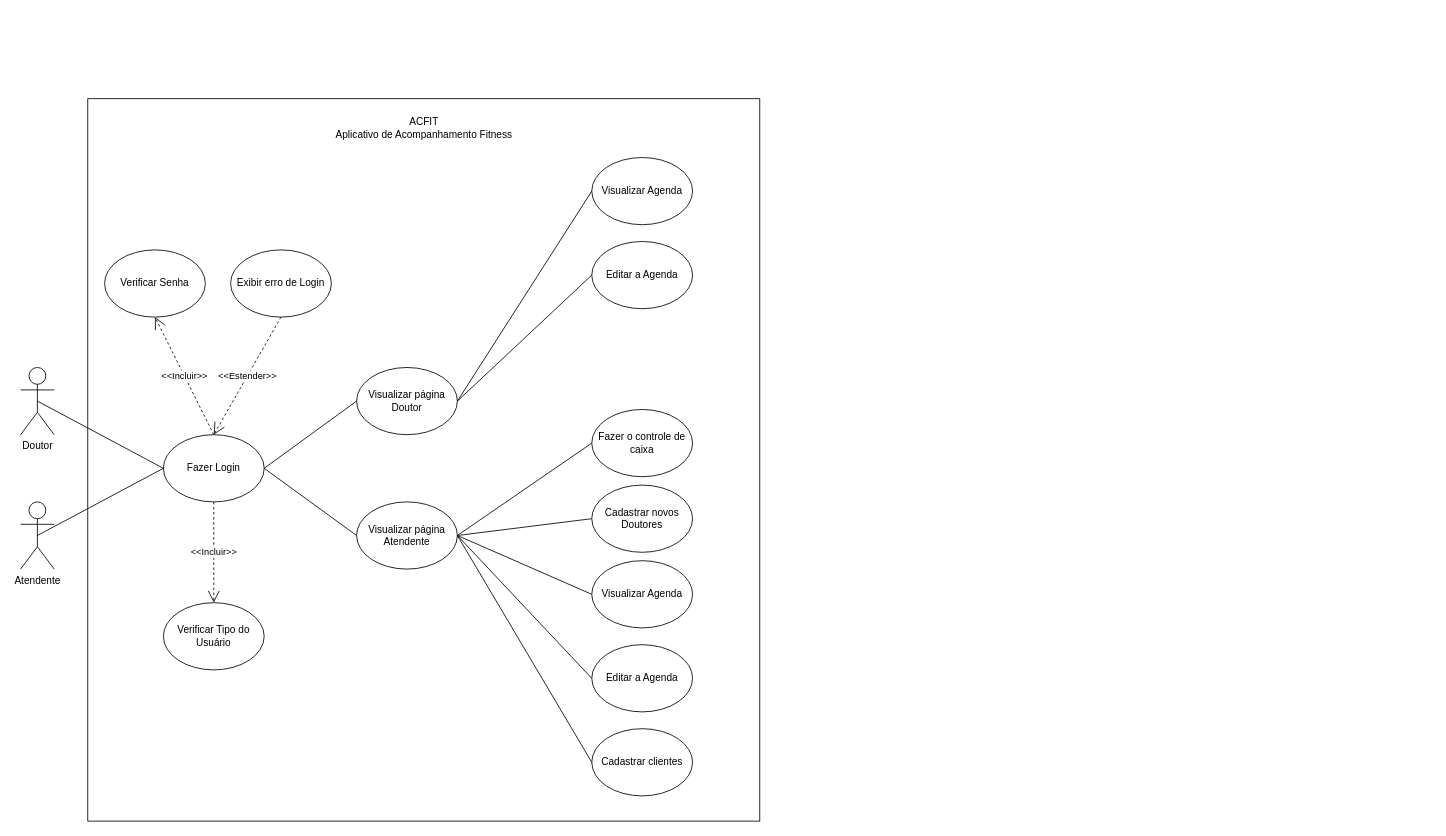
Earlier version of the draw.io diagram Caso_Uso.drawio (Tavares264/Project_PccFit). Source tidied: cells renumbered, new cells numbered last; positions are measured from the earlier drawing's top-left corner, leaving out a move shared by most shapes. Both pictures are drawn from the tidied source at 84%, with x=0, y=0 at pixel (20, 98).
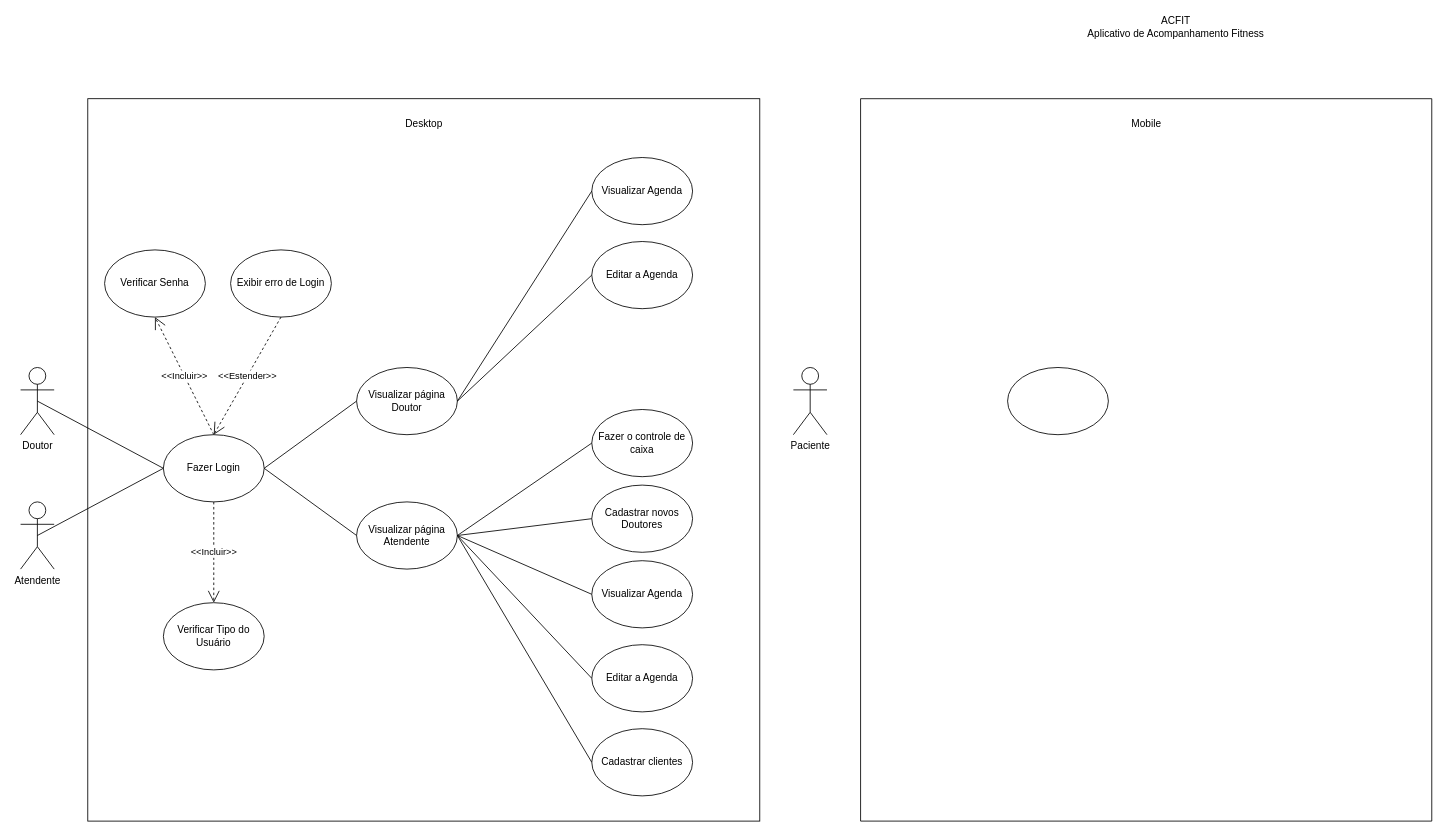
Above is the later version.

What changed in the source:
```diff
@@
     <mxCell id="3" value="ACFIT&lt;br&gt;Aplicativo de Acompanhamento Fitness" style="text;html=1;align=center;verticalAlign=middle;fillColor=none;strokeColor=none;rounded=0;" parent="1" vertex="1">
-      <mxGeometry x="365" y="20" width="230" height="30" as="geometry" />
+      <mxGeometry x="1260" y="-100" width="230" height="30" as="geometry" />
     </mxCell>
@@
+    <mxCell id="33" value="Desktop" style="text;html=1;align=center;verticalAlign=middle;fillColor=none;strokeColor=none;rounded=0;" parent="1" vertex="1">
+      <mxGeometry x="450" y="20" width="60" height="20" as="geometry" />
+    </mxCell>
+    <mxCell id="34" style="verticalLabelPosition=bottom;verticalAlign=top;html=1;shape=mxgraph.basic.rect;fillColor2=none;strokeWidth=1;size=20;indent=5;" parent="1" vertex="1">
+      <mxGeometry x="1000" width="680" height="860" as="geometry" />
+    </mxCell>
+    <mxCell id="35" value="Mobile" style="text;html=1;align=center;verticalAlign=middle;fillColor=none;strokeColor=none;rounded=0;" parent="1" vertex="1">
+      <mxGeometry x="1315" y="20" width="50" height="20" as="geometry" />
+    </mxCell>
+    <mxCell id="36" value="Paciente" style="shape=umlActor;verticalLabelPosition=bottom;verticalAlign=top;html=1;" parent="1" vertex="1">
+      <mxGeometry x="920" y="320" width="40" height="80" as="geometry" />
+    </mxCell>
+    <mxCell id="37" style="ellipse;whiteSpace=wrap;html=1;" parent="1" vertex="1">
+      <mxGeometry x="1175" y="320" width="120" height="80" as="geometry" />
+    </mxCell>
```
